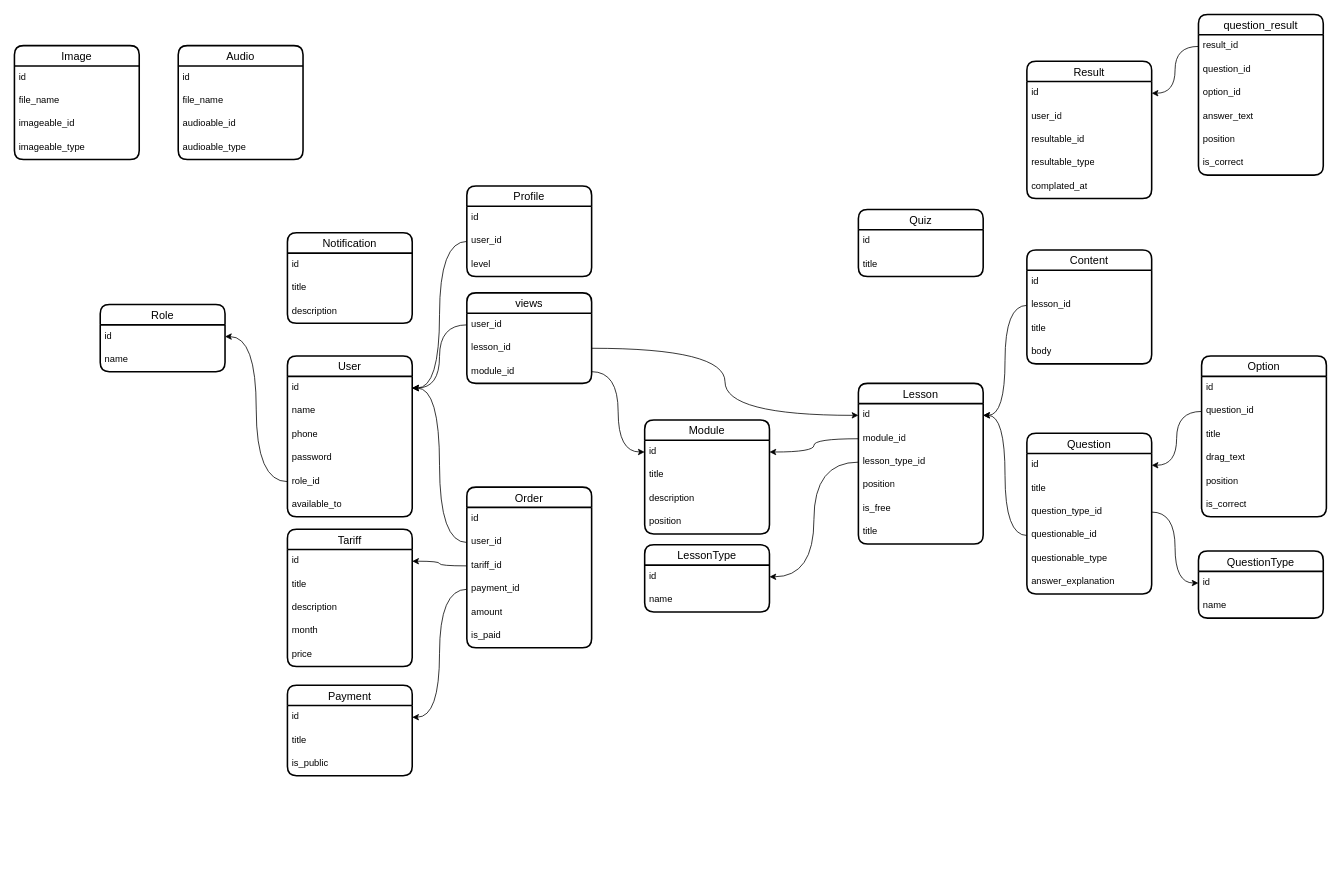
This is karsoft-UMU.drawio from iztileuoff/databases, a draw.io file, before an edit. Source tidied: cells renumbered, new cells numbered last; positions are measured from the earlier drawing's top-left corner, leaving out a move shared by most shapes. Both pictures are drawn from the tidied source at 78%, with x=0, y=0 at pixel (14, 14).
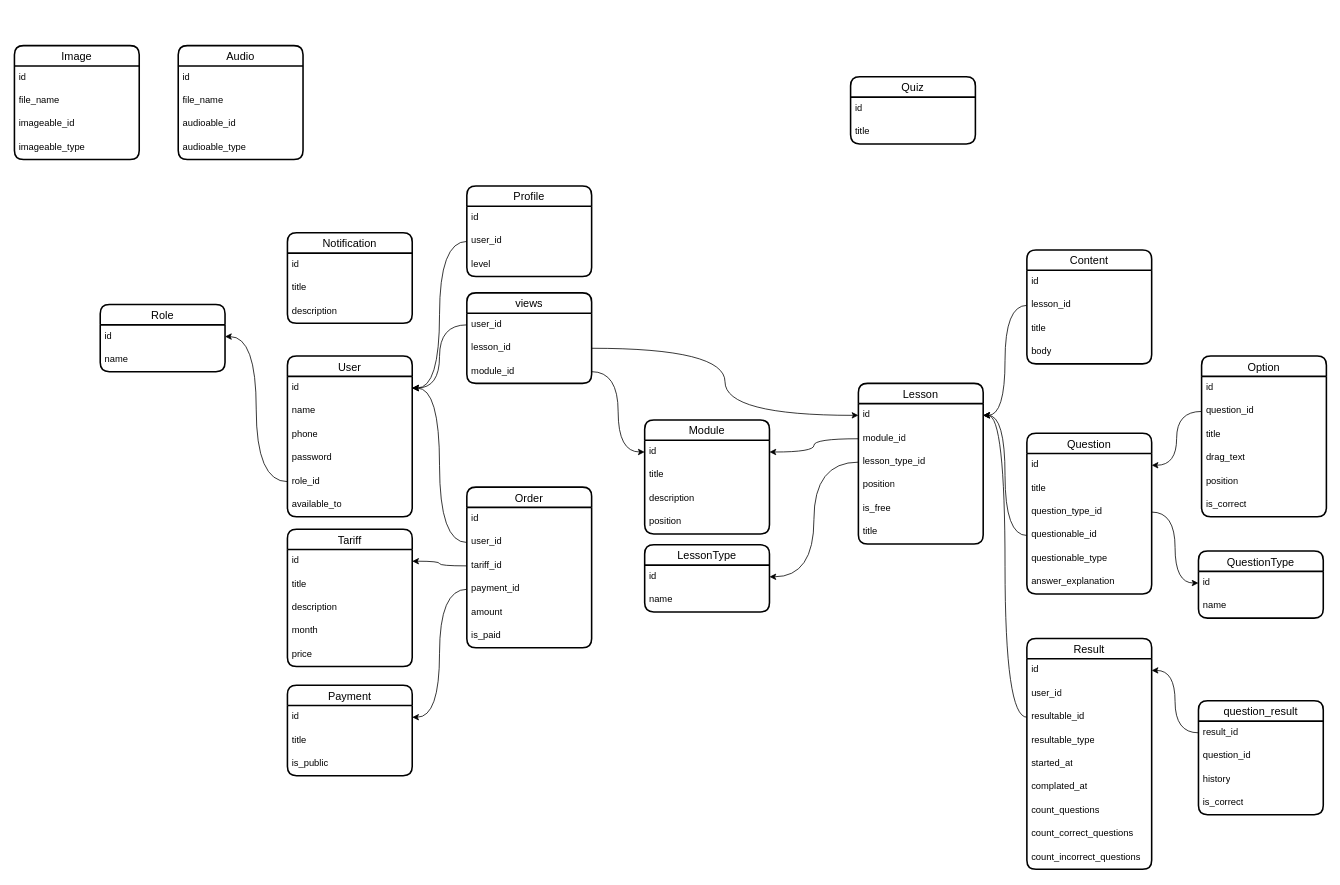
The same page after the edit.

The change refers to these unchanged cells:
```xml
<mxCell id="32" value="id" style="text;strokeColor=none;fillColor=none;spacingLeft=4;spacingRight=4;overflow=hidden;points=[[0,0.5],[1,0.5]];portConstraint=eastwest;fontSize=12;whiteSpace=wrap;html=1;" parent="31" vertex="1">
  <mxGeometry y="26" width="160" height="30" as="geometry" />
</mxCell>
<mxCell id="47" value="resultable_id" style="text;strokeColor=none;fillColor=none;spacingLeft=4;spacingRight=4;overflow=hidden;points=[[0,0.5],[1,0.5]];portConstraint=eastwest;fontSize=12;whiteSpace=wrap;html=1;" parent="44" vertex="1">
  <mxGeometry y="86" width="160" height="30" as="geometry" />
</mxCell>
```

The edit, as a diff of the source:
```diff
@@
     <mxCell id="44" value="Result" style="swimlane;fontStyle=0;horizontal=1;startSize=26;align=center;fontSize=14;strokeWidth=2;rounded=1;shadow=0;glass=0;swimlaneLine=1;" parent="1" vertex="1">
-      <mxGeometry x="1298" y="60" width="160" height="176" as="geometry" />
+      <mxGeometry x="1298" y="800" width="160" height="296" as="geometry" />
     </mxCell>
@@
-    <mxCell id="49" value="complated_at" style="text;strokeColor=none;fillColor=none;spacingLeft=4;spacingRight=4;overflow=hidden;fontSize=12;whiteSpace=wrap;html=1;" parent="44" vertex="1">
+    <mxCell id="49" value="started_at" style="text;strokeColor=none;fillColor=none;spacingLeft=4;spacingRight=4;overflow=hidden;fontSize=12;whiteSpace=wrap;html=1;" parent="44" vertex="1">
       <mxGeometry y="146" width="160" height="30" as="geometry" />
     </mxCell>
+    <mxCell id="119" value="complated_at" style="text;strokeColor=none;fillColor=none;spacingLeft=4;spacingRight=4;overflow=hidden;fontSize=12;whiteSpace=wrap;html=1;" parent="44" vertex="1">
+      <mxGeometry y="176" width="160" height="30" as="geometry" />
+    </mxCell>
+    <mxCell id="120" value="count_questions" style="text;strokeColor=none;fillColor=none;spacingLeft=4;spacingRight=4;overflow=hidden;fontSize=12;whiteSpace=wrap;html=1;" parent="44" vertex="1">
+      <mxGeometry y="206" width="160" height="30" as="geometry" />
+    </mxCell>
+    <mxCell id="121" value="count_correct_questions" style="text;strokeColor=none;fillColor=none;spacingLeft=4;spacingRight=4;overflow=hidden;fontSize=12;whiteSpace=wrap;html=1;" parent="44" vertex="1">
+      <mxGeometry y="236" width="160" height="30" as="geometry" />
+    </mxCell>
+    <mxCell id="122" value="count_incorrect_questions" style="text;strokeColor=none;fillColor=none;spacingLeft=4;spacingRight=4;overflow=hidden;fontSize=12;whiteSpace=wrap;html=1;" parent="44" vertex="1">
+      <mxGeometry y="266" width="160" height="30" as="geometry" />
+    </mxCell>
     <mxCell id="50" value="question_result" style="swimlane;fontStyle=0;horizontal=1;startSize=26;align=center;fontSize=14;strokeWidth=2;rounded=1;shadow=0;glass=0;swimlaneLine=1;" parent="1" vertex="1">
-      <mxGeometry x="1518" width="160" height="206" as="geometry" />
+      <mxGeometry x="1518" y="880" width="160" height="146" as="geometry" />
     </mxCell>
@@
-    <mxCell id="53" value="option_id" style="text;strokeColor=none;fillColor=none;spacingLeft=4;spacingRight=4;overflow=hidden;fontSize=12;whiteSpace=wrap;html=1;" parent="50" vertex="1">
-      <mxGeometry y="86" width="160" height="30" as="geometry" />
-    </mxCell>
-    <mxCell id="54" value="answer_text" style="text;strokeColor=none;fillColor=none;spacingLeft=4;spacingRight=4;overflow=hidden;fontSize=12;whiteSpace=wrap;html=1;" parent="50" vertex="1">
-      <mxGeometry y="116" width="160" height="30" as="geometry" />
-    </mxCell>
-    <mxCell id="55" value="position" style="text;strokeColor=none;fillColor=none;spacingLeft=4;spacingRight=4;overflow=hidden;fontSize=12;whiteSpace=wrap;html=1;" parent="50" vertex="1">
-      <mxGeometry y="146" width="160" height="30" as="geometry" />
-    </mxCell>
+    <mxCell id="123" value="history" style="text;strokeColor=none;fillColor=none;spacingLeft=4;spacingRight=4;overflow=hidden;fontSize=12;whiteSpace=wrap;html=1;" parent="50" vertex="1">
+      <mxGeometry y="86" width="160" height="30" as="geometry" />
+    </mxCell>
     <mxCell id="56" value="is_correct" style="text;strokeColor=none;fillColor=none;spacingLeft=4;spacingRight=4;overflow=hidden;fontSize=12;whiteSpace=wrap;html=1;" parent="50" vertex="1">
-      <mxGeometry y="176" width="160" height="30" as="geometry" />
+      <mxGeometry y="116" width="160" height="30" as="geometry" />
     </mxCell>
@@
     <mxCell id="92" value="Quiz" style="swimlane;fontStyle=0;horizontal=1;startSize=26;align=center;fontSize=14;strokeWidth=2;rounded=1;shadow=0;glass=0;swimlaneLine=1;" parent="1" vertex="1">
-      <mxGeometry x="1082" y="250" width="160" height="86" as="geometry" />
+      <mxGeometry x="1072" y="80" width="160" height="86" as="geometry" />
     </mxCell>
@@
+    <mxCell id="124" style="edgeStyle=orthogonalEdgeStyle;rounded=0;jettySize=auto;html=1;entryX=1;entryY=0.5;entryDx=0;entryDy=0;curved=1;" parent="1" edge="1" source="47" target="32">
+      <mxGeometry relative="1" as="geometry" />
+    </mxCell>
```
